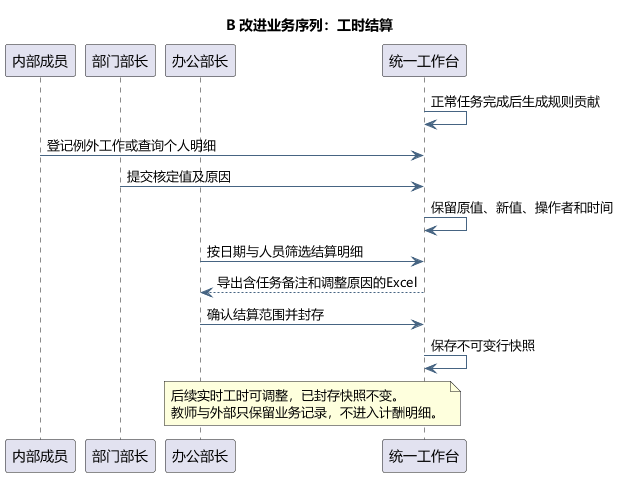
tccc1csu/miniprogram-csu keeps this PlantUML diagram as docs/diagrams/improved-business-sequence-accounting.png. Above is the earlier version.
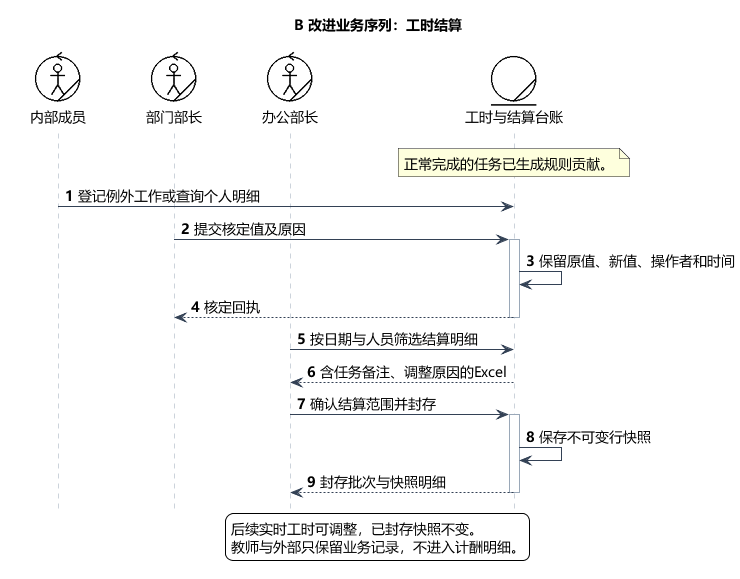
After the change.

Change to the diagram source:
```diff
@@ -5,23 +5,43 @@
 skinparam ArrowColor #466482
 skinparam classAttributeIconSize 0
 hide empty members
+skinparam defaultFontSize 14
+skinparam sequenceLifeLineBorderColor #9AA8B8
+skinparam sequenceArrowColor #334155
+skinparam sequenceGroupBorderColor #94A3B8
+skinparam sequenceGroupBackgroundColor #F8FAFC
+skinparam sequenceParticipantPadding 18
+skinparam maxMessageSize 240
+hide footbox
+autonumber
+!include course-notation.iuml
+skinparam sequenceParticipantBorderColor transparent
+skinparam sequenceParticipantBackgroundColor transparent
 title B 改进业务序列：工时结算
 
-participant "内部成员" as W
-participant "部门部长" as M
-participant "办公部长" as O
-participant "统一工作台" as S
-S -> S : 正常任务完成后生成规则贡献
+participant "<$worker>\n内部成员" as W
+participant "<$worker>\n部门部长" as M
+participant "<$worker>\n办公部长" as O
+participant "<$entity>\n工时与结算台账" as S
+note over S
+正常完成的任务已生成规则贡献。
+end note
 W -> S : 登记例外工作或查询个人明细
 M -> S : 提交核定值及原因
+activate S
 S -> S : 保留原值、新值、操作者和时间
+S --> M : 核定回执
+deactivate S
 O -> S : 按日期与人员筛选结算明细
-S --> O : 导出含任务备注和调整原因的Excel
+S --> O : 含任务备注、调整原因的Excel
 O -> S : 确认结算范围并封存
+activate S
 S -> S : 保存不可变行快照
-note over O,S
+S --> O : 封存批次与快照明细
+deactivate S
+legend bottom
 后续实时工时可调整，已封存快照不变。
 教师与外部只保留业务记录，不进入计酬明细。
-end note
+endlegend
 
 @enduml
```
